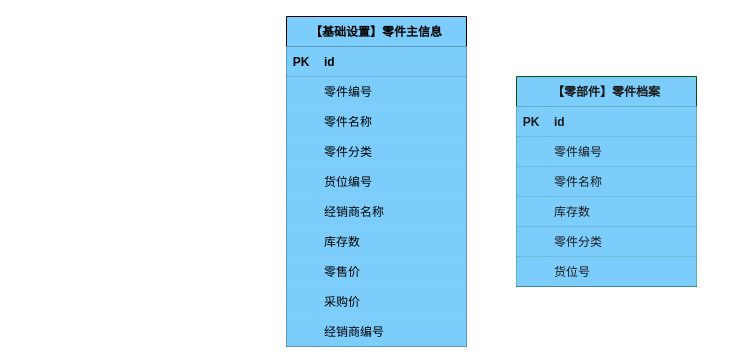
Earlier version of the draw.io diagram page "聚合根" (6 of 6) of 零件主信息.drawio (1132489442/gitRepository1). Source tidied: cells renumbered, new cells numbered last; positions are measured from the earlier drawing's top-left corner, leaving out a move shared by most shapes. Both pictures are drawn from the tidied source at 100%, with x=0, y=0 at pixel (286, 16).
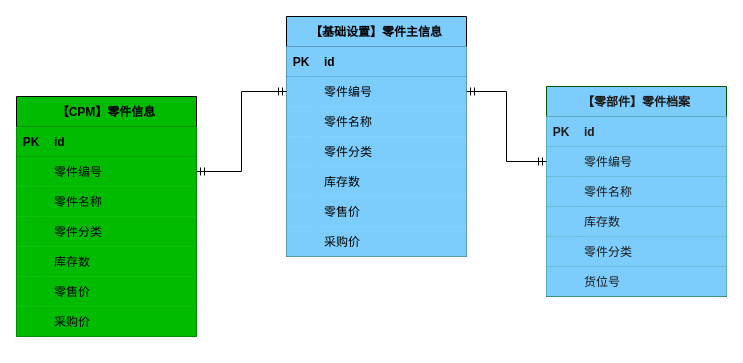
Above is the later version.

Commit message:
更新零件主信息.drawio

The change refers to these unchanged cells:
```xml
<mxCell id="6" style="shape=tableRow;horizontal=0;startSize=0;swimlaneHead=0;swimlaneBody=0;fillColor=#7DCDFC;points=[[0,0.5],[1,0.5]];portConstraint=eastwest;top=0;left=0;right=0;bottom=1;fontColor=#1A1A1A;strokeColor=#005700;fontStyle=0;" parent="2" vertex="1">
  <mxGeometry y="60" width="180" height="30" as="geometry" />
</mxCell>
<mxCell id="25" style="shape=tableRow;horizontal=0;startSize=0;swimlaneHead=0;swimlaneBody=0;fillColor=#7DCDFC;points=[[0,0.5],[1,0.5]];portConstraint=eastwest;top=0;left=0;right=0;bottom=0;" parent="21" vertex="1">
  <mxGeometry y="60" width="180" height="30" as="geometry" />
</mxCell>
```

What changed in the source:
```diff
@@
     <mxCell id="2" value="【零部件】零件档案" style="shape=table;startSize=30;childLayout=tableLayout;rowLines=0;fontStyle=1;align=center;fillColor=#7DCDFC;fontColor=#1A1A1A;strokeColor=#005700;" parent="1" vertex="1">
-      <mxGeometry x="230" y="60" width="180" height="210" as="geometry" />
+      <mxGeometry x="260" y="70" width="180" height="210" as="geometry" />
     </mxCell>
@@
     <mxCell id="21" value="【基础设置】零件主信息" style="shape=table;startSize=30;childLayout=tableLayout;rowLines=0;fontStyle=1;align=center;fillColor=#7DCDFC;" parent="1" vertex="1">
-      <mxGeometry width="180" height="330" as="geometry" />
+      <mxGeometry width="180" height="240" as="geometry" />
     </mxCell>
@@
-    <mxCell id="34" style="shape=tableRow;horizontal=0;startSize=0;swimlaneHead=0;swimlaneBody=0;fillColor=#7DCDFC;top=0;left=0;right=0;bottom=0;" parent="21" vertex="1">
-      <mxGeometry y="150" width="180" height="30" as="geometry" />
-    </mxCell>
-    <mxCell id="35" style="shape=partialRectangle;fillColor=#7DCDFC;top=0;left=0;bottom=0;right=0;overflow=hidden;" parent="34" vertex="1">
-      <mxGeometry width="30" height="30" as="geometry" />
-    </mxCell>
-    <mxCell id="36" value="货位编号 " style="shape=partialRectangle;fillColor=#7DCDFC;top=0;left=0;bottom=0;right=0;align=left;spacingLeft=6;overflow=hidden;" parent="34" vertex="1">
-      <mxGeometry x="30" width="150" height="30" as="geometry" />
-    </mxCell>
-    <mxCell id="37" style="shape=tableRow;horizontal=0;startSize=0;swimlaneHead=0;swimlaneBody=0;fillColor=#7DCDFC;top=0;left=0;right=0;bottom=0;" parent="21" vertex="1">
-      <mxGeometry y="180" width="180" height="30" as="geometry" />
-    </mxCell>
-    <mxCell id="38" style="shape=partialRectangle;fillColor=#7DCDFC;top=0;left=0;bottom=0;right=0;overflow=hidden;" parent="37" vertex="1">
-      <mxGeometry width="30" height="30" as="geometry" />
-    </mxCell>
-    <mxCell id="39" value="经销商名称" style="shape=partialRectangle;fillColor=#7DCDFC;top=0;left=0;bottom=0;right=0;align=left;spacingLeft=6;overflow=hidden;" parent="37" vertex="1">
-      <mxGeometry x="30" width="150" height="30" as="geometry" />
-    </mxCell>
     <mxCell id="40" style="shape=tableRow;horizontal=0;startSize=0;swimlaneHead=0;swimlaneBody=0;fillColor=#7DCDFC;top=0;left=0;right=0;bottom=0;" parent="21" vertex="1">
-      <mxGeometry y="210" width="180" height="30" as="geometry" />
+      <mxGeometry y="150" width="180" height="30" as="geometry" />
     </mxCell>
@@
     <mxCell id="43" style="shape=tableRow;horizontal=0;startSize=0;swimlaneHead=0;swimlaneBody=0;fillColor=#7DCDFC;top=0;left=0;right=0;bottom=0;" parent="21" vertex="1">
-      <mxGeometry y="240" width="180" height="30" as="geometry" />
+      <mxGeometry y="180" width="180" height="30" as="geometry" />
     </mxCell>
@@
     <mxCell id="46" style="shape=tableRow;horizontal=0;startSize=0;swimlaneHead=0;swimlaneBody=0;fillColor=#7DCDFC;top=0;left=0;right=0;bottom=0;" parent="21" vertex="1">
-      <mxGeometry y="270" width="180" height="30" as="geometry" />
+      <mxGeometry y="210" width="180" height="30" as="geometry" />
     </mxCell>
@@
-    <mxCell id="49" style="shape=tableRow;horizontal=0;startSize=0;swimlaneHead=0;swimlaneBody=0;fillColor=#7DCDFC;top=0;left=0;right=0;bottom=0;" parent="21" vertex="1">
-      <mxGeometry y="300" width="180" height="30" as="geometry" />
-    </mxCell>
-    <mxCell id="50" style="shape=partialRectangle;fillColor=#7DCDFC;top=0;left=0;bottom=0;right=0;overflow=hidden;" parent="49" vertex="1">
-      <mxGeometry width="30" height="30" as="geometry" />
-    </mxCell>
-    <mxCell id="51" value="经销商编号" style="shape=partialRectangle;fillColor=#7DCDFC;top=0;left=0;bottom=0;right=0;align=left;spacingLeft=6;overflow=hidden;" parent="49" vertex="1">
-      <mxGeometry x="30" width="150" height="30" as="geometry" />
-    </mxCell>
+    <mxCell id="52" value="【CPM】零件信息" style="shape=table;startSize=30;childLayout=tableLayout;rowLines=0;fontStyle=1;align=center;fillColor=#00BB00;" parent="1" vertex="1">
+      <mxGeometry x="-270" y="80" width="180" height="240" as="geometry" />
+    </mxCell>
+    <mxCell id="53" style="shape=tableRow;horizontal=0;startSize=0;swimlaneHead=0;swimlaneBody=0;fillColor=#00BB00;top=0;left=0;right=0;bottom=1;" parent="52" vertex="1">
+      <mxGeometry y="30" width="180" height="30" as="geometry" />
+    </mxCell>
+    <mxCell id="54" value="PK" style="shape=partialRectangle;fillColor=#00BB00;top=0;left=0;bottom=0;right=0;fontStyle=1;overflow=hidden;" parent="53" vertex="1">
+      <mxGeometry width="30" height="30" as="geometry" />
+    </mxCell>
+    <mxCell id="55" value="id" style="shape=partialRectangle;fillColor=#00BB00;top=0;left=0;bottom=0;right=0;align=left;spacingLeft=6;fontStyle=1;overflow=hidden;" parent="53" vertex="1">
+      <mxGeometry x="30" width="150" height="30" as="geometry" />
+    </mxCell>
+    <mxCell id="56" style="shape=tableRow;horizontal=0;startSize=0;swimlaneHead=0;swimlaneBody=0;fillColor=#00BB00;points=[[0,0.5],[1,0.5]];portConstraint=eastwest;top=0;left=0;right=0;bottom=0;" parent="52" vertex="1">
+      <mxGeometry y="60" width="180" height="30" as="geometry" />
+    </mxCell>
+    <mxCell id="57" style="shape=partialRectangle;fillColor=#00BB00;top=0;left=0;bottom=0;right=0;overflow=hidden;" parent="56" vertex="1">
+      <mxGeometry width="30" height="30" as="geometry" />
+    </mxCell>
+    <mxCell id="58" value="零件编号" style="shape=partialRectangle;fillColor=#00BB00;top=0;left=0;bottom=0;right=0;align=left;spacingLeft=6;overflow=hidden;" parent="56" vertex="1">
+      <mxGeometry x="30" width="150" height="30" as="geometry" />
+    </mxCell>
+    <mxCell id="59" style="shape=tableRow;horizontal=0;startSize=0;swimlaneHead=0;swimlaneBody=0;fillColor=#00BB00;top=0;left=0;right=0;bottom=0;" parent="52" vertex="1">
+      <mxGeometry y="90" width="180" height="30" as="geometry" />
+    </mxCell>
+    <mxCell id="60" style="shape=partialRectangle;fillColor=#00BB00;top=0;left=0;bottom=0;right=0;overflow=hidden;" parent="59" vertex="1">
+      <mxGeometry width="30" height="30" as="geometry" />
+    </mxCell>
+    <mxCell id="61" value="零件名称    " style="shape=partialRectangle;fillColor=#00BB00;top=0;left=0;bottom=0;right=0;align=left;spacingLeft=6;overflow=hidden;" parent="59" vertex="1">
+      <mxGeometry x="30" width="150" height="30" as="geometry" />
+    </mxCell>
+    <mxCell id="62" style="shape=tableRow;horizontal=0;startSize=0;swimlaneHead=0;swimlaneBody=0;fillColor=#00BB00;top=0;left=0;right=0;bottom=0;" parent="52" vertex="1">
+      <mxGeometry y="120" width="180" height="30" as="geometry" />
+    </mxCell>
+    <mxCell id="63" style="shape=partialRectangle;fillColor=#00BB00;top=0;left=0;bottom=0;right=0;overflow=hidden;" parent="62" vertex="1">
+      <mxGeometry width="30" height="30" as="geometry" />
+    </mxCell>
+    <mxCell id="64" value="零件分类" style="shape=partialRectangle;fillColor=#00BB00;top=0;left=0;bottom=0;right=0;align=left;spacingLeft=6;overflow=hidden;" parent="62" vertex="1">
+      <mxGeometry x="30" width="150" height="30" as="geometry" />
+    </mxCell>
+    <mxCell id="65" style="shape=tableRow;horizontal=0;startSize=0;swimlaneHead=0;swimlaneBody=0;fillColor=#00BB00;top=0;left=0;right=0;bottom=0;" parent="52" vertex="1">
+      <mxGeometry y="150" width="180" height="30" as="geometry" />
+    </mxCell>
+    <mxCell id="66" style="shape=partialRectangle;fillColor=#00BB00;top=0;left=0;bottom=0;right=0;overflow=hidden;" parent="65" vertex="1">
+      <mxGeometry width="30" height="30" as="geometry" />
+    </mxCell>
+    <mxCell id="67" value="库存数" style="shape=partialRectangle;fillColor=#00BB00;top=0;left=0;bottom=0;right=0;align=left;spacingLeft=6;overflow=hidden;" parent="65" vertex="1">
+      <mxGeometry x="30" width="150" height="30" as="geometry" />
+    </mxCell>
+    <mxCell id="68" style="shape=tableRow;horizontal=0;startSize=0;swimlaneHead=0;swimlaneBody=0;fillColor=#00BB00;top=0;left=0;right=0;bottom=0;" parent="52" vertex="1">
+      <mxGeometry y="180" width="180" height="30" as="geometry" />
+    </mxCell>
+    <mxCell id="69" style="shape=partialRectangle;fillColor=#00BB00;top=0;left=0;bottom=0;right=0;overflow=hidden;" parent="68" vertex="1">
+      <mxGeometry width="30" height="30" as="geometry" />
+    </mxCell>
+    <mxCell id="70" value="零售价" style="shape=partialRectangle;fillColor=#00BB00;top=0;left=0;bottom=0;right=0;align=left;spacingLeft=6;overflow=hidden;" parent="68" vertex="1">
+      <mxGeometry x="30" width="150" height="30" as="geometry" />
+    </mxCell>
+    <mxCell id="71" style="shape=tableRow;horizontal=0;startSize=0;swimlaneHead=0;swimlaneBody=0;fillColor=#00BB00;top=0;left=0;right=0;bottom=0;" parent="52" vertex="1">
+      <mxGeometry y="210" width="180" height="30" as="geometry" />
+    </mxCell>
+    <mxCell id="72" style="shape=partialRectangle;fillColor=#00BB00;top=0;left=0;bottom=0;right=0;overflow=hidden;" parent="71" vertex="1">
+      <mxGeometry width="30" height="30" as="geometry" />
+    </mxCell>
+    <mxCell id="73" value="采购价" style="shape=partialRectangle;fillColor=#00BB00;top=0;left=0;bottom=0;right=0;align=left;spacingLeft=6;overflow=hidden;" parent="71" vertex="1">
+      <mxGeometry x="30" width="150" height="30" as="geometry" />
+    </mxCell>
+    <mxCell id="74" style="edgeStyle=orthogonalEdgeStyle;rounded=0;jettySize=auto;html=1;exitX=1;exitY=0.5;exitDx=0;exitDy=0;entryX=0;entryY=0.5;entryDx=0;entryDy=0;endArrow=ERmandOne;endFill=0;startArrow=ERmandOne;startFill=0;" parent="1" edge="1" source="25" target="6">
+      <mxGeometry relative="1" as="geometry" />
+    </mxCell>
+    <mxCell id="75" style="edgeStyle=orthogonalEdgeStyle;rounded=0;jettySize=auto;html=1;exitX=1;exitY=0.5;exitDx=0;exitDy=0;entryX=0;entryY=0.5;entryDx=0;entryDy=0;endArrow=ERmandOne;endFill=0;startArrow=ERmandOne;startFill=0;" parent="1" edge="1" source="56" target="25">
+      <mxGeometry relative="1" as="geometry" />
+    </mxCell>
```
